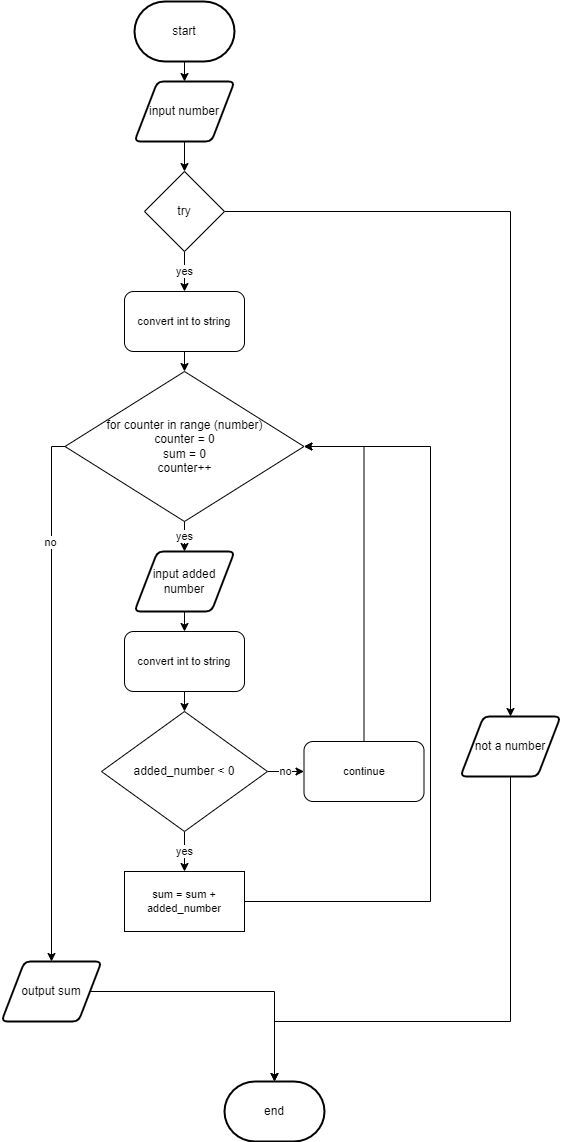
Before: flow.png, a diagram exported from draw.io (devin-jhu/ICS3U-Unit4-07-Python). Source tidied: cells renumbered, new cells last; positions are measured from the earlier drawing's top-left corner, leaving out a move shared by most shapes.
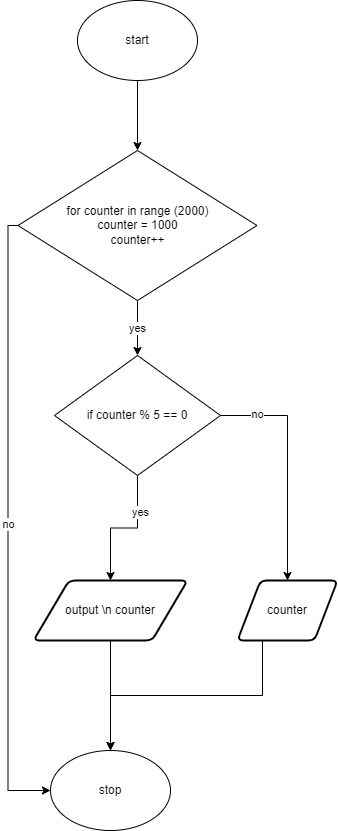
The same diagram one commit later.

Diff of the diagram source:
```diff
@@ -2,111 +2,55 @@
   <root>
     <mxCell id="0" />
     <mxCell id="1" parent="0" />
-    <mxCell id="2" style="edgeStyle=none;html=1;exitX=0.5;exitY=1;exitDx=0;exitDy=0;exitPerimeter=0;entryX=0.5;entryY=0;entryDx=0;entryDy=0;" parent="1" edge="1" source="3" target="5">
-      <mxGeometry relative="1" as="geometry" />
-    </mxCell>
+    <mxCell id="32" style="edgeStyle=orthogonalEdgeStyle;shape=connector;rounded=0;html=1;exitX=0.5;exitY=1;exitDx=0;exitDy=0;entryX=0.5;entryY=0;entryDx=0;entryDy=0;labelBackgroundColor=default;fontFamily=Helvetica;fontSize=11;fontColor=default;endArrow=classic;strokeColor=default;" parent="1" edge="1" source="7" target="39">
+      <mxGeometry relative="1" as="geometry" />
+    </mxCell>
+    <mxCell id="7" value="output \n counter" style="shape=parallelogram;html=1;strokeWidth=2;perimeter=parallelogramPerimeter;whiteSpace=wrap;rounded=1;arcSize=12;size=0.23;" parent="1" vertex="1">
+      <mxGeometry x="79" y="800" width="154" height="60" as="geometry" />
+    </mxCell>
+    <mxCell id="33" value="yes" style="edgeStyle=orthogonalEdgeStyle;shape=connector;rounded=0;html=1;exitX=0.5;exitY=1;exitDx=0;exitDy=0;entryX=0.5;entryY=0;entryDx=0;entryDy=0;labelBackgroundColor=default;fontFamily=Helvetica;fontSize=11;fontColor=default;endArrow=classic;strokeColor=default;" parent="1" edge="1" source="15" target="21">
+      <mxGeometry relative="1" as="geometry" />
+    </mxCell>
+    <mxCell id="20" value="no" style="edgeStyle=orthogonalEdgeStyle;shape=connector;rounded=0;html=1;exitX=0;exitY=0.5;exitDx=0;exitDy=0;entryX=0;entryY=0.5;entryDx=0;entryDy=0;labelBackgroundColor=default;fontFamily=Helvetica;fontSize=11;fontColor=default;endArrow=classic;strokeColor=default;" parent="1" edge="1" source="15" target="39">
+      <mxGeometry relative="1" as="geometry" />
+    </mxCell>
+    <mxCell id="15" value="for counter in range (2000)&lt;br&gt;counter = 1000&lt;br&gt;counter++" style="rhombus;whiteSpace=wrap;html=1;" parent="1" vertex="1">
+      <mxGeometry x="63.5" y="370" width="239" height="150" as="geometry" />
+    </mxCell>
+    <mxCell id="34" style="edgeStyle=orthogonalEdgeStyle;shape=connector;rounded=0;html=1;exitX=0.25;exitY=1;exitDx=0;exitDy=0;labelBackgroundColor=default;fontFamily=Helvetica;fontSize=11;fontColor=default;endArrow=classic;strokeColor=default;entryX=0.5;entryY=0;entryDx=0;entryDy=0;" parent="1" edge="1" source="18" target="39">
+      <mxGeometry relative="1" as="geometry" />
+    </mxCell>
+    <mxCell id="18" value="counter" style="shape=parallelogram;html=1;strokeWidth=2;perimeter=parallelogramPerimeter;whiteSpace=wrap;rounded=1;arcSize=12;size=0.23;" parent="1" vertex="1">
+      <mxGeometry x="283" y="800" width="100" height="60" as="geometry" />
+    </mxCell>
+    <mxCell id="35" style="edgeStyle=orthogonalEdgeStyle;shape=connector;rounded=0;html=1;exitX=0.5;exitY=1;exitDx=0;exitDy=0;entryX=0.5;entryY=0;entryDx=0;entryDy=0;labelBackgroundColor=default;fontFamily=Helvetica;fontSize=11;fontColor=default;endArrow=classic;strokeColor=default;" parent="1" edge="1" source="21" target="18">
+      <mxGeometry relative="1" as="geometry">
+        <Array as="points">
+          <mxPoint x="183" y="635" />
+          <mxPoint x="333" y="635" />
+        </Array>
+      </mxGeometry>
+    </mxCell>
+    <mxCell id="14" value="no" style="edgeLabel;html=1;align=center;verticalAlign=middle;fontSize=11;fontFamily=Helvetica;fontColor=default;" parent="35" vertex="1">
+      <mxGeometry x="-0.05" y="2" relative="1" as="geometry" />
+    </mxCell>
+    <mxCell id="36" style="edgeStyle=orthogonalEdgeStyle;shape=connector;rounded=0;html=1;exitX=0.5;exitY=1;exitDx=0;exitDy=0;entryX=0.5;entryY=0;entryDx=0;entryDy=0;labelBackgroundColor=default;fontFamily=Helvetica;fontSize=11;fontColor=default;endArrow=classic;strokeColor=default;" parent="1" edge="1" source="21" target="7">
+      <mxGeometry relative="1" as="geometry" />
+    </mxCell>
+    <mxCell id="37" value="yes" style="edgeLabel;html=1;align=center;verticalAlign=middle;fontSize=11;fontFamily=Helvetica;fontColor=default;" parent="36" vertex="1">
+      <mxGeometry x="-0.46" y="2" relative="1" as="geometry" />
+    </mxCell>
+    <mxCell id="21" value="if counter % 5 == 0" style="rhombus;whiteSpace=wrap;html=1;" parent="1" vertex="1">
+      <mxGeometry x="100" y="575" width="166" height="120" as="geometry" />
+    </mxCell>
+    <mxCell id="38" style="edgeStyle=orthogonalEdgeStyle;shape=connector;rounded=0;html=1;exitX=0.5;exitY=1;exitDx=0;exitDy=0;labelBackgroundColor=default;fontFamily=Helvetica;fontSize=11;fontColor=default;endArrow=classic;strokeColor=default;" parent="1" edge="1" source="3" target="15">
+      <mxGeometry relative="1" as="geometry" />
+    </mxCell>
-    <mxCell id="3" value="start" style="strokeWidth=2;html=1;shape=mxgraph.flowchart.terminator;whiteSpace=wrap;" parent="1" vertex="1">
-      <mxGeometry x="133" width="100" height="60" as="geometry" />
+    <mxCell id="3" value="start" style="ellipse;whiteSpace=wrap;html=1;" parent="1" vertex="1">
+      <mxGeometry x="123" y="220" width="120" height="80" as="geometry" />
     </mxCell>
-    <mxCell id="4" style="edgeStyle=orthogonalEdgeStyle;shape=connector;rounded=0;html=1;exitX=0.5;exitY=1;exitDx=0;exitDy=0;entryX=0.5;entryY=0;entryDx=0;entryDy=0;labelBackgroundColor=default;fontFamily=Helvetica;fontSize=11;fontColor=default;endArrow=classic;strokeColor=default;" parent="1" edge="1" source="5" target="11">
-      <mxGeometry relative="1" as="geometry" />
-    </mxCell>
-    <mxCell id="5" value="input number" style="shape=parallelogram;html=1;strokeWidth=2;perimeter=parallelogramPerimeter;whiteSpace=wrap;rounded=1;arcSize=12;size=0.23;" parent="1" vertex="1">
-      <mxGeometry x="133" y="80" width="100" height="60" as="geometry" />
-    </mxCell>
-    <mxCell id="6" style="edgeStyle=orthogonalEdgeStyle;shape=connector;rounded=0;html=1;exitX=1;exitY=0.5;exitDx=0;exitDy=0;entryX=0.5;entryY=0;entryDx=0;entryDy=0;entryPerimeter=0;labelBackgroundColor=default;fontFamily=Helvetica;fontSize=11;fontColor=default;endArrow=classic;strokeColor=default;" parent="1" edge="1" source="7" target="8">
-      <mxGeometry relative="1" as="geometry" />
-    </mxCell>
-    <mxCell id="7" value="output sum" style="shape=parallelogram;html=1;strokeWidth=2;perimeter=parallelogramPerimeter;whiteSpace=wrap;rounded=1;arcSize=12;size=0.23;" parent="1" vertex="1">
-      <mxGeometry y="960" width="100" height="60" as="geometry" />
-    </mxCell>
-    <mxCell id="8" value="end" style="strokeWidth=2;html=1;shape=mxgraph.flowchart.terminator;whiteSpace=wrap;" parent="1" vertex="1">
-      <mxGeometry x="223" y="1080" width="100" height="60" as="geometry" />
-    </mxCell>
-    <mxCell id="9" style="edgeStyle=orthogonalEdgeStyle;shape=connector;rounded=0;html=1;exitX=1;exitY=0.5;exitDx=0;exitDy=0;labelBackgroundColor=default;fontFamily=Helvetica;fontSize=11;fontColor=default;endArrow=classic;strokeColor=default;entryX=0.5;entryY=0;entryDx=0;entryDy=0;" parent="1" edge="1" source="11" target="18">
-      <mxGeometry relative="1" as="geometry" />
-    </mxCell>
-    <mxCell id="10" value="yes" style="edgeStyle=orthogonalEdgeStyle;shape=connector;rounded=0;html=1;exitX=0.5;exitY=1;exitDx=0;exitDy=0;entryX=0.5;entryY=0;entryDx=0;entryDy=0;labelBackgroundColor=default;fontFamily=Helvetica;fontSize=11;fontColor=default;endArrow=classic;strokeColor=default;" parent="1" edge="1" source="11" target="25">
-      <mxGeometry relative="1" as="geometry" />
-    </mxCell>
-    <mxCell id="11" value="try" style="rhombus;whiteSpace=wrap;html=1;" parent="1" vertex="1">
-      <mxGeometry x="143" y="170" width="80" height="80" as="geometry" />
-    </mxCell>
-    <mxCell id="12" value="yes" style="edgeStyle=orthogonalEdgeStyle;shape=connector;rounded=0;html=1;exitX=0.5;exitY=1;exitDx=0;exitDy=0;entryX=0.5;entryY=0;entryDx=0;entryDy=0;labelBackgroundColor=default;fontFamily=Helvetica;fontSize=11;fontColor=default;endArrow=classic;strokeColor=default;" parent="1" edge="1" source="15" target="23">
-      <mxGeometry relative="1" as="geometry" />
-    </mxCell>
-    <mxCell id="13" style="edgeStyle=orthogonalEdgeStyle;shape=connector;rounded=0;html=1;exitX=0;exitY=0.5;exitDx=0;exitDy=0;entryX=0.5;entryY=0;entryDx=0;entryDy=0;labelBackgroundColor=default;fontFamily=Helvetica;fontSize=11;fontColor=default;endArrow=classic;strokeColor=default;" parent="1" edge="1" source="15" target="7">
-      <mxGeometry relative="1" as="geometry" />
-    </mxCell>
-    <mxCell id="14" value="no" style="edgeLabel;html=1;align=center;verticalAlign=middle;fontSize=11;fontFamily=Helvetica;fontColor=default;" parent="13" vertex="1">
-      <mxGeometry x="-0.59" y="-2" relative="1" as="geometry">
-        <mxPoint y="1" as="offset" />
-      </mxGeometry>
-    </mxCell>
-    <mxCell id="15" value="for counter in range (number)&lt;br&gt;counter = 0&lt;br&gt;sum = 0&lt;br&gt;counter++" style="rhombus;whiteSpace=wrap;html=1;" parent="1" vertex="1">
-      <mxGeometry x="63.5" y="370" width="239" height="150" as="geometry" />
-    </mxCell>
-    <mxCell id="16" style="edgeStyle=orthogonalEdgeStyle;html=1;exitX=0;exitY=0.5;exitDx=0;exitDy=0;entryX=0;entryY=0.5;entryDx=0;entryDy=0;strokeColor=none;" parent="1" edge="1" target="15">
-      <mxGeometry relative="1" as="geometry">
-        <mxPoint x="213" y="810" as="sourcePoint" />
-      </mxGeometry>
-    </mxCell>
-    <mxCell id="17" style="edgeStyle=orthogonalEdgeStyle;shape=connector;rounded=0;html=1;exitX=0.5;exitY=1;exitDx=0;exitDy=0;entryX=0.5;entryY=0;entryDx=0;entryDy=0;entryPerimeter=0;labelBackgroundColor=default;fontFamily=Helvetica;fontSize=11;fontColor=default;endArrow=classic;strokeColor=default;" parent="1" edge="1" source="18" target="8">
-      <mxGeometry relative="1" as="geometry">
-        <Array as="points">
-          <mxPoint x="509" y="1020" />
-          <mxPoint x="273" y="1020" />
-        </Array>
-      </mxGeometry>
-    </mxCell>
-    <mxCell id="18" value="not a number" style="shape=parallelogram;html=1;strokeWidth=2;perimeter=parallelogramPerimeter;whiteSpace=wrap;rounded=1;arcSize=12;size=0.23;" parent="1" vertex="1">
-      <mxGeometry x="459" y="715" width="100" height="60" as="geometry" />
-    </mxCell>
-    <mxCell id="19" value="yes" style="edgeStyle=orthogonalEdgeStyle;shape=connector;rounded=0;html=1;exitX=0.5;exitY=1;exitDx=0;exitDy=0;entryX=0.5;entryY=0;entryDx=0;entryDy=0;labelBackgroundColor=default;fontFamily=Helvetica;fontSize=11;fontColor=default;endArrow=classic;strokeColor=default;" parent="1" edge="1" source="21">
-      <mxGeometry relative="1" as="geometry">
-        <mxPoint x="183" y="870" as="targetPoint" />
-      </mxGeometry>
-    </mxCell>
-    <mxCell id="20" value="no" style="edgeStyle=orthogonalEdgeStyle;shape=connector;rounded=0;html=1;exitX=1;exitY=0.5;exitDx=0;exitDy=0;labelBackgroundColor=default;fontFamily=Helvetica;fontSize=11;fontColor=default;endArrow=classic;strokeColor=default;" parent="1" edge="1" source="21" target="31">
-      <mxGeometry relative="1" as="geometry" />
-    </mxCell>
-    <mxCell id="21" value="added_number &amp;lt; 0" style="rhombus;whiteSpace=wrap;html=1;" parent="1" vertex="1">
-      <mxGeometry x="100" y="710" width="166" height="120" as="geometry" />
-    </mxCell>
-    <mxCell id="22" style="edgeStyle=orthogonalEdgeStyle;shape=connector;rounded=0;html=1;exitX=0.5;exitY=1;exitDx=0;exitDy=0;labelBackgroundColor=default;fontFamily=Helvetica;fontSize=11;fontColor=default;endArrow=classic;strokeColor=default;" parent="1" edge="1" source="23" target="27">
-      <mxGeometry relative="1" as="geometry" />
-    </mxCell>
-    <mxCell id="23" value="input added number" style="shape=parallelogram;html=1;strokeWidth=2;perimeter=parallelogramPerimeter;whiteSpace=wrap;rounded=1;arcSize=12;size=0.23;" parent="1" vertex="1">
-      <mxGeometry x="133" y="550" width="100" height="60" as="geometry" />
-    </mxCell>
-    <mxCell id="24" style="edgeStyle=orthogonalEdgeStyle;shape=connector;rounded=0;html=1;exitX=0.5;exitY=1;exitDx=0;exitDy=0;entryX=0.5;entryY=0;entryDx=0;entryDy=0;labelBackgroundColor=default;fontFamily=Helvetica;fontSize=11;fontColor=default;endArrow=classic;strokeColor=default;" parent="1" edge="1" source="25" target="15">
-      <mxGeometry relative="1" as="geometry" />
-    </mxCell>
-    <mxCell id="25" value="convert int to string" style="rounded=1;whiteSpace=wrap;html=1;fontFamily=Helvetica;fontSize=11;fontColor=default;" parent="1" vertex="1">
-      <mxGeometry x="123" y="290" width="120" height="60" as="geometry" />
-    </mxCell>
-    <mxCell id="26" style="edgeStyle=orthogonalEdgeStyle;shape=connector;rounded=0;html=1;exitX=0.5;exitY=1;exitDx=0;exitDy=0;entryX=0.5;entryY=0;entryDx=0;entryDy=0;labelBackgroundColor=default;fontFamily=Helvetica;fontSize=11;fontColor=default;endArrow=classic;strokeColor=default;" parent="1" edge="1" source="27" target="21">
-      <mxGeometry relative="1" as="geometry" />
-    </mxCell>
-    <mxCell id="27" value="convert int to string" style="rounded=1;whiteSpace=wrap;html=1;fontFamily=Helvetica;fontSize=11;fontColor=default;" parent="1" vertex="1">
-      <mxGeometry x="123" y="630" width="120" height="60" as="geometry" />
-    </mxCell>
-    <mxCell id="28" style="edgeStyle=orthogonalEdgeStyle;shape=connector;rounded=0;html=1;exitX=1;exitY=0.5;exitDx=0;exitDy=0;entryX=1;entryY=0.5;entryDx=0;entryDy=0;labelBackgroundColor=default;fontFamily=Helvetica;fontSize=11;fontColor=default;endArrow=classic;strokeColor=default;" parent="1" edge="1" source="29" target="15">
-      <mxGeometry relative="1" as="geometry">
-        <Array as="points">
-          <mxPoint x="429" y="900" />
-          <mxPoint x="429" y="445" />
-        </Array>
-      </mxGeometry>
-    </mxCell>
-    <mxCell id="29" value="sum = sum + added_number" style="rounded=0;whiteSpace=wrap;html=1;fontFamily=Helvetica;fontSize=11;fontColor=default;" parent="1" vertex="1">
-      <mxGeometry x="123" y="870" width="120" height="60" as="geometry" />
-    </mxCell>
-    <mxCell id="30" style="edgeStyle=orthogonalEdgeStyle;shape=connector;rounded=0;html=1;exitX=0.5;exitY=0;exitDx=0;exitDy=0;entryX=1;entryY=0.5;entryDx=0;entryDy=0;labelBackgroundColor=default;fontFamily=Helvetica;fontSize=11;fontColor=default;endArrow=classic;strokeColor=default;" parent="1" edge="1" source="31" target="15">
-      <mxGeometry relative="1" as="geometry" />
-    </mxCell>
-    <mxCell id="31" value="continue" style="rounded=1;whiteSpace=wrap;html=1;fontFamily=Helvetica;fontSize=11;fontColor=default;" parent="1" vertex="1">
-      <mxGeometry x="302.5" y="740" width="120" height="60" as="geometry" />
-    </mxCell>
+    <mxCell id="39" value="stop" style="ellipse;whiteSpace=wrap;html=1;" parent="1" vertex="1">
+      <mxGeometry x="96" y="970" width="120" height="80" as="geometry" />
+    </mxCell>
   </root>
 </mxGraphModel>
```
